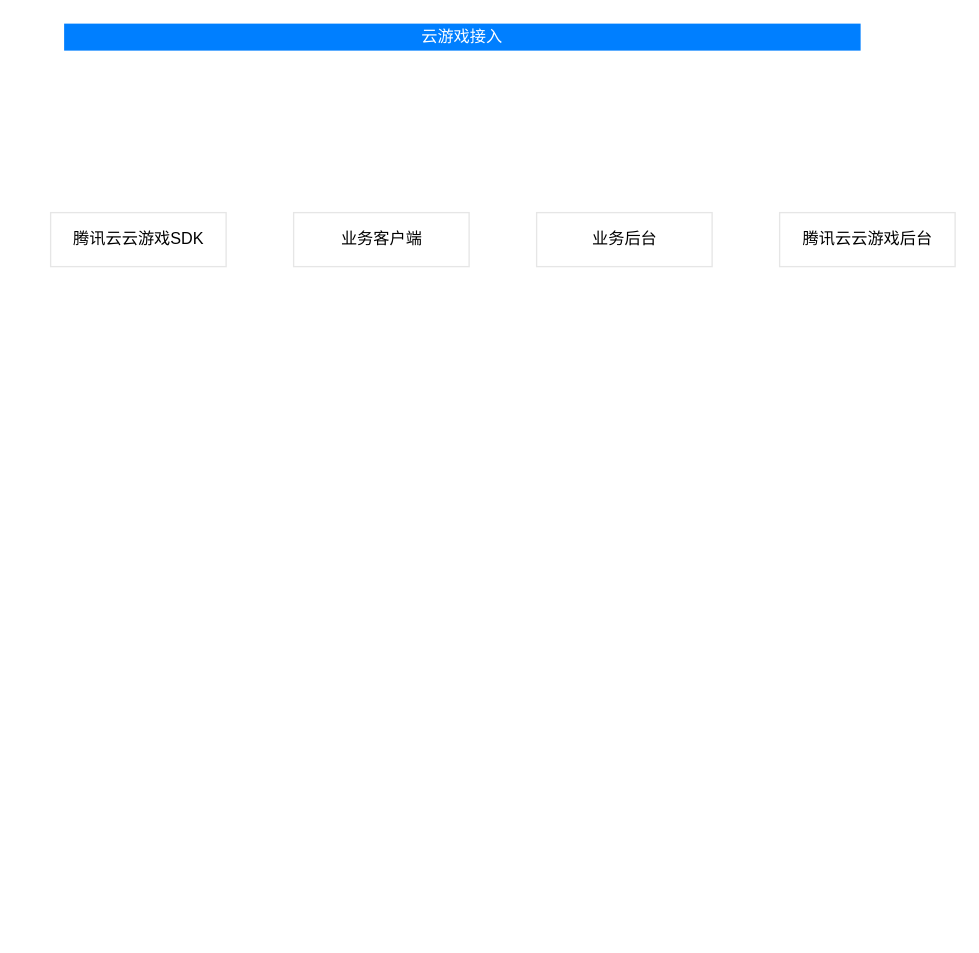
Above: 快速入门.drawio in 2015302580336/cloud_rendering (draw.io), before the change. Source tidied: cells renumbered, new cells numbered last; positions are measured from the earlier drawing's top-left corner, leaving out a move shared by most shapes. Both pictures are drawn from the tidied source at 135%, with x=0, y=0 at pixel (50, 23).
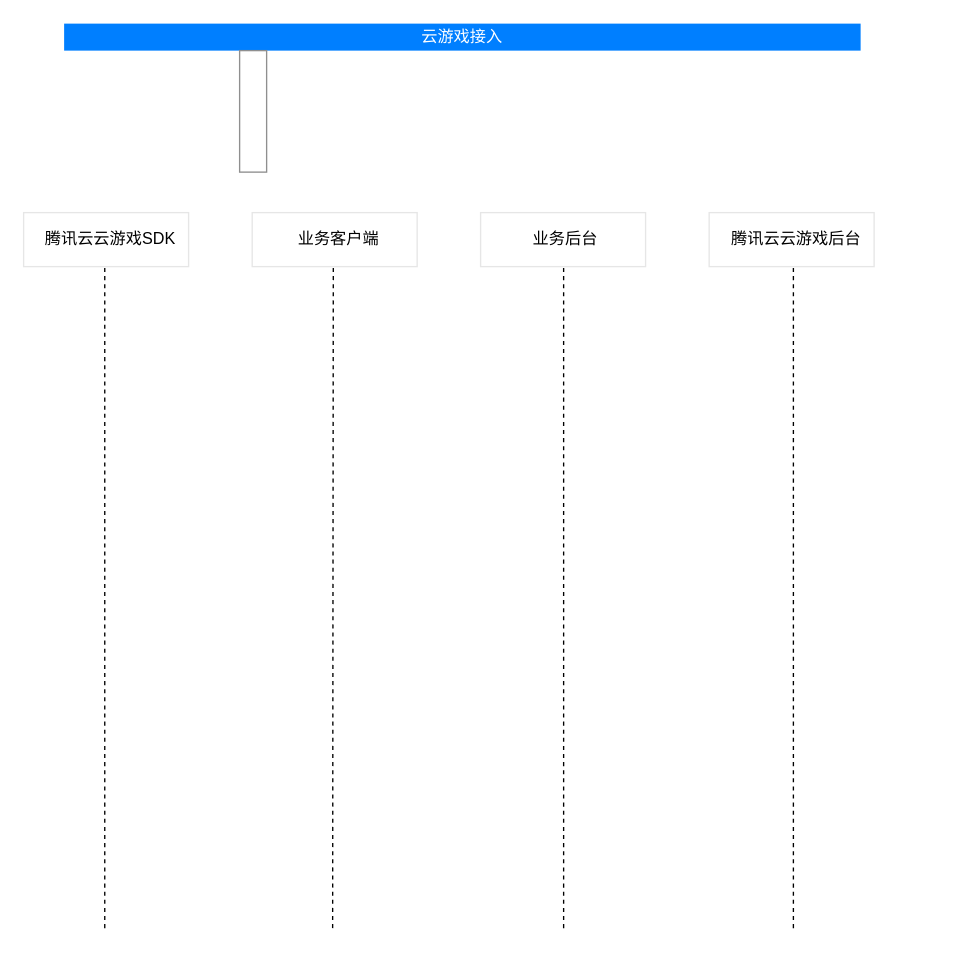
The same page after the edit.

Diff of the diagram source:
```diff
@@
+    <mxCell id="15" style="rounded=0;whiteSpace=wrap;html=1;strokeColor=#8F8F8F;" parent="1" vertex="1">
+      <mxGeometry x="140" y="20" width="20" height="90" as="geometry" />
+    </mxCell>
     <mxCell id="3" style="group;imageAlign=center;imageVerticalAlign=middle;" parent="1" vertex="1">
-      <mxGeometry y="140" width="130" height="40" as="geometry" />
+      <mxGeometry x="-20" y="140" width="122.2" height="40" as="geometry" />
     </mxCell>
     <mxCell id="4" style="rounded=0;whiteSpace=wrap;html=1;labelBackgroundColor=none;fontColor=#B3B3B3;strokeColor=#E6E6E6;" parent="3" vertex="1">
-      <mxGeometry width="130" height="40" as="geometry" />
+      <mxGeometry width="122.2" height="40" as="geometry" />
     </mxCell>
     <mxCell id="5" value="&lt;font color=&quot;#000000&quot;&gt;腾讯云云游戏SDK&lt;/font&gt;" style="text;html=1;align=center;verticalAlign=middle;fillColor=none;strokeColor=none;rounded=0;fontColor=#B3B3B3;labelBackgroundColor=none;" parent="3" vertex="1">
-      <mxGeometry x="10" y="10" width="110" height="20" as="geometry" />
+      <mxGeometry x="9.4" y="10" width="110" height="20" as="geometry" />
     </mxCell>
     <mxCell id="6" style="group;imageAlign=center;imageVerticalAlign=middle;" parent="1" vertex="1">
-      <mxGeometry x="180" y="140" width="130" height="40" as="geometry" />
+      <mxGeometry x="149.3" y="140" width="122.2" height="40" as="geometry" />
     </mxCell>
     <mxCell id="7" style="rounded=0;whiteSpace=wrap;html=1;labelBackgroundColor=none;fontColor=#B3B3B3;strokeColor=#E6E6E6;" parent="6" vertex="1">
-      <mxGeometry width="130" height="40" as="geometry" />
+      <mxGeometry width="122.2" height="40" as="geometry" />
     </mxCell>
     <mxCell id="8" value="&lt;font color=&quot;#000000&quot;&gt;业务客户端&lt;/font&gt;" style="text;html=1;align=center;verticalAlign=middle;fillColor=none;strokeColor=none;rounded=0;fontColor=#B3B3B3;labelBackgroundColor=none;" parent="6" vertex="1">
-      <mxGeometry x="25" y="10" width="80" height="20" as="geometry" />
+      <mxGeometry x="23.5" y="10" width="80" height="20" as="geometry" />
     </mxCell>
     <mxCell id="9" style="group;imageAlign=center;imageVerticalAlign=middle;" parent="1" vertex="1">
-      <mxGeometry x="360" y="140" width="130" height="40" as="geometry" />
+      <mxGeometry x="318.5" y="140" width="122.2" height="40" as="geometry" />
     </mxCell>
     <mxCell id="10" style="rounded=0;whiteSpace=wrap;html=1;labelBackgroundColor=none;fontColor=#B3B3B3;strokeColor=#E6E6E6;" parent="9" vertex="1">
-      <mxGeometry width="130" height="40" as="geometry" />
+      <mxGeometry width="122.2" height="40" as="geometry" />
     </mxCell>
     <mxCell id="11" value="&lt;font color=&quot;#000000&quot;&gt;业务后台&lt;/font&gt;" style="text;html=1;align=center;verticalAlign=middle;fillColor=none;strokeColor=none;rounded=0;fontColor=#B3B3B3;labelBackgroundColor=none;" parent="9" vertex="1">
-      <mxGeometry x="35" y="10" width="60" height="20" as="geometry" />
+      <mxGeometry x="32.9" y="10" width="60" height="20" as="geometry" />
     </mxCell>
     <mxCell id="12" style="group;imageAlign=center;imageVerticalAlign=middle;" parent="1" vertex="1">
-      <mxGeometry x="540" y="140" width="130" height="40" as="geometry" />
+      <mxGeometry x="487.8" y="140" width="122.2" height="40" as="geometry" />
     </mxCell>
     <mxCell id="13" style="rounded=0;whiteSpace=wrap;html=1;labelBackgroundColor=none;fontColor=#B3B3B3;strokeColor=#E6E6E6;" parent="12" vertex="1">
-      <mxGeometry width="130" height="40" as="geometry" />
+      <mxGeometry width="122.2" height="40" as="geometry" />
     </mxCell>
     <mxCell id="14" value="&lt;font color=&quot;#000000&quot;&gt;腾讯云云游戏后台&lt;/font&gt;" style="text;html=1;align=center;verticalAlign=middle;fillColor=none;strokeColor=none;rounded=0;fontColor=#B3B3B3;labelBackgroundColor=none;" parent="12" vertex="1">
-      <mxGeometry x="10" y="10" width="110" height="20" as="geometry" />
+      <mxGeometry x="9.4" y="10" width="110" height="20" as="geometry" />
     </mxCell>
+    <mxCell id="16" style="endArrow=none;dashed=1;html=1;strokeWidth=1;rounded=0;entryX=0.5;entryY=1;entryDx=0;entryDy=0;" parent="1" edge="1">
+      <mxGeometry x="139" y="170" as="geometry">
+        <mxPoint x="40.1" y="670" as="sourcePoint" />
+        <mxPoint x="40.1" y="180" as="targetPoint" />
+      </mxGeometry>
+    </mxCell>
+    <mxCell id="17" style="endArrow=none;dashed=1;html=1;strokeWidth=1;rounded=0;entryX=0.5;entryY=1;entryDx=0;entryDy=0;" parent="1" edge="1">
+      <mxGeometry x="139" y="170" as="geometry">
+        <mxPoint x="208.9" y="670" as="sourcePoint" />
+        <mxPoint x="209.4" y="180" as="targetPoint" />
+      </mxGeometry>
+    </mxCell>
+    <mxCell id="18" style="endArrow=none;dashed=1;html=1;strokeWidth=1;rounded=0;entryX=0.5;entryY=1;entryDx=0;entryDy=0;" parent="1" edge="1">
+      <mxGeometry x="141" y="170" as="geometry">
+        <mxPoint x="380" y="670" as="sourcePoint" />
+        <mxPoint x="380" y="180" as="targetPoint" />
+      </mxGeometry>
+    </mxCell>
+    <mxCell id="19" style="endArrow=none;dashed=1;html=1;strokeWidth=1;rounded=0;entryX=0.5;entryY=1;entryDx=0;entryDy=0;" parent="1" edge="1">
+      <mxGeometry x="142" y="170" as="geometry">
+        <mxPoint x="550.2" y="670" as="sourcePoint" />
+        <mxPoint x="550.2" y="180" as="targetPoint" />
+      </mxGeometry>
+    </mxCell>
```
